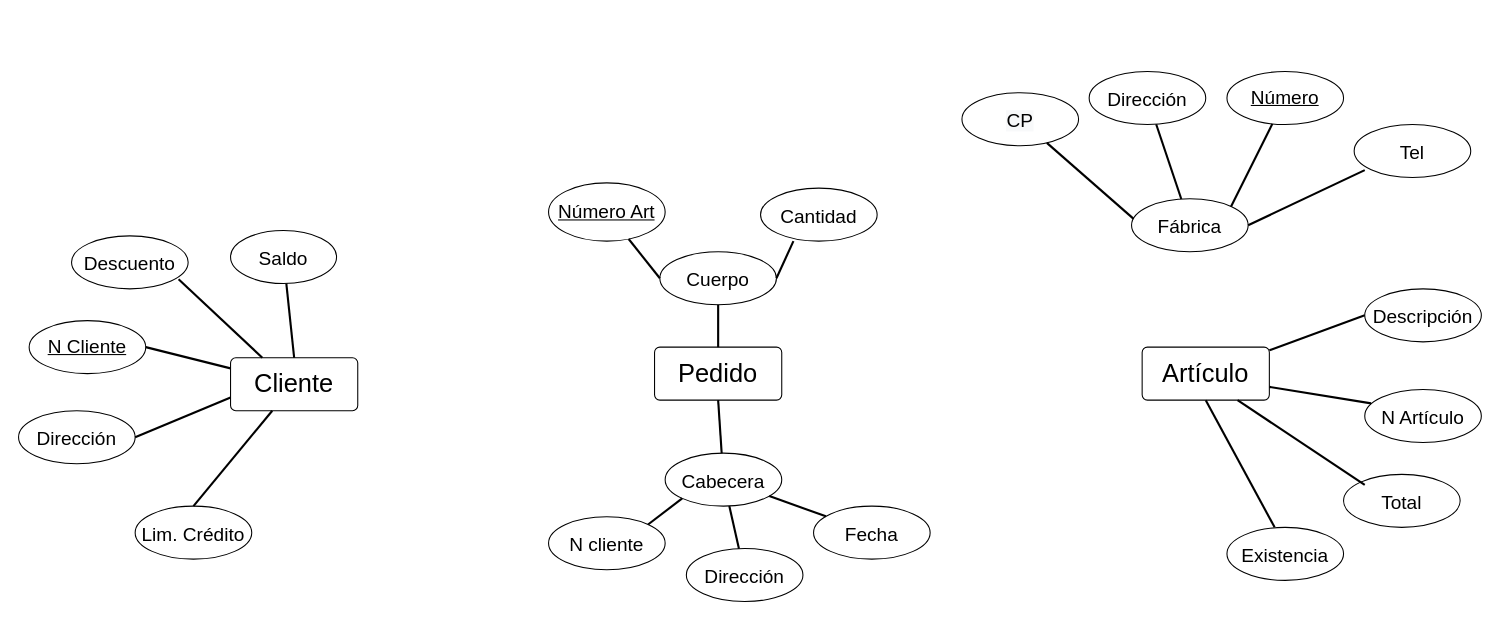
Earlier version of the draw.io diagram Ejercicio 5.drawio (LeandroCantero/BaseDeDatos-Unahur). Source tidied: cells renumbered, new cells numbered last; positions are measured from the earlier drawing's top-left corner, leaving out a move shared by most shapes. Both pictures are drawn from the tidied source at 106%, with x=0, y=0 at pixel (18, 71).
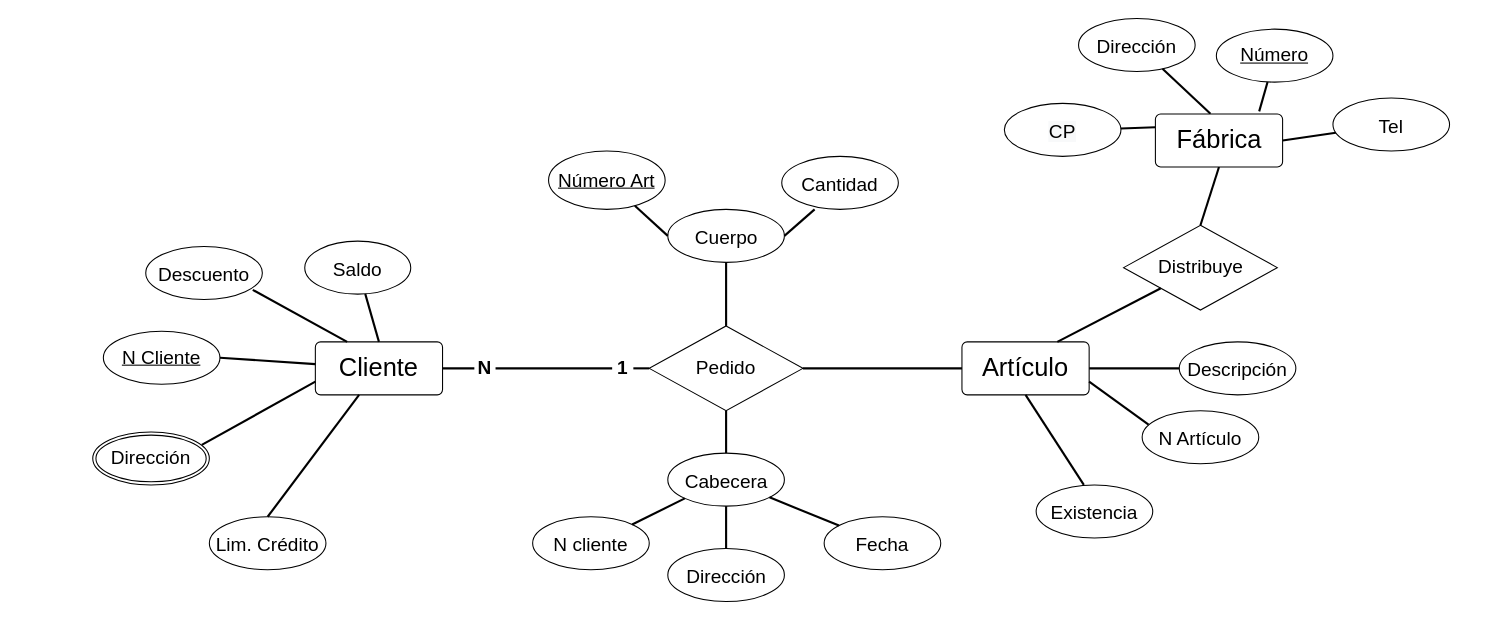
After the change.

Diff of the diagram source:
```diff
@@
     <mxCell id="2" value="&lt;font style=&quot;font-size: 24px;&quot;&gt;Cliente&lt;/font&gt;" style="rounded=1;arcSize=10;whiteSpace=wrap;html=1;align=center;fontSize=18;" parent="1" vertex="1">
-      <mxGeometry x="200" y="270" width="120" height="50" as="geometry" />
+      <mxGeometry x="280" y="255" width="120" height="50" as="geometry" />
     </mxCell>
     <mxCell id="3" value="&lt;font style=&quot;font-size: 24px;&quot;&gt;Artículo&lt;/font&gt;" style="rounded=1;arcSize=10;whiteSpace=wrap;html=1;align=center;fontSize=18;" parent="1" vertex="1">
-      <mxGeometry x="1060" y="260" width="120" height="50" as="geometry" />
+      <mxGeometry x="890" y="255" width="120" height="50" as="geometry" />
     </mxCell>
-    <mxCell id="4" value="&lt;font style=&quot;font-size: 24px;&quot;&gt;Pedido&lt;/font&gt;" style="rounded=1;arcSize=10;whiteSpace=wrap;html=1;align=center;fontSize=18;" parent="1" vertex="1">
-      <mxGeometry x="600" y="260" width="120" height="50" as="geometry" />
-    </mxCell>
     <mxCell id="5" value="&lt;span style=&quot;font-size: 18px;&quot;&gt;Saldo&lt;/span&gt;" style="ellipse;whiteSpace=wrap;html=1;align=center;fontSize=24;" parent="1" vertex="1">
-      <mxGeometry x="200" y="150" width="100" height="50" as="geometry" />
+      <mxGeometry x="270" y="160" width="100" height="50" as="geometry" />
     </mxCell>
-    <mxCell id="6" value="&lt;span style=&quot;font-size: 18px;&quot;&gt;Dirección&lt;/span&gt;" style="ellipse;whiteSpace=wrap;html=1;align=center;fontSize=24;" parent="1" vertex="1">
-      <mxGeometry y="320" width="110" height="50" as="geometry" />
-    </mxCell>
     <mxCell id="7" value="&lt;span style=&quot;font-size: 18px;&quot;&gt;Lim. Crédito&lt;/span&gt;" style="ellipse;whiteSpace=wrap;html=1;align=center;fontSize=24;" parent="1" vertex="1">
-      <mxGeometry x="110" y="410" width="110" height="50" as="geometry" />
+      <mxGeometry x="180" y="420" width="110" height="50" as="geometry" />
     </mxCell>
     <mxCell id="8" value="&lt;span style=&quot;font-size: 18px;&quot;&gt;Descuento&lt;/span&gt;" style="ellipse;whiteSpace=wrap;html=1;align=center;fontSize=24;" parent="1" vertex="1">
-      <mxGeometry x="50" y="155" width="110" height="50" as="geometry" />
+      <mxGeometry x="120" y="165" width="110" height="50" as="geometry" />
     </mxCell>
     <mxCell id="9" value="&lt;span style=&quot;font-size: 18px;&quot;&gt;Cuerpo&lt;/span&gt;" style="ellipse;whiteSpace=wrap;html=1;align=center;fontSize=24;" parent="1" vertex="1">
-      <mxGeometry x="605" y="170" width="110" height="50" as="geometry" />
+      <mxGeometry x="612.5" y="130" width="110" height="50" as="geometry" />
     </mxCell>
     <mxCell id="10" value="&lt;span style=&quot;font-size: 18px;&quot;&gt;Cabecera&lt;/span&gt;" style="ellipse;whiteSpace=wrap;html=1;align=center;fontSize=24;" parent="1" vertex="1">
-      <mxGeometry x="610" y="360" width="110" height="50" as="geometry" />
+      <mxGeometry x="612.5" y="360" width="110" height="50" as="geometry" />
     </mxCell>
     <mxCell id="11" value="&lt;span style=&quot;font-size: 18px;&quot;&gt;Cantidad&lt;/span&gt;" style="ellipse;whiteSpace=wrap;html=1;align=center;fontSize=24;" parent="1" vertex="1">
-      <mxGeometry x="700" y="110" width="110" height="50" as="geometry" />
+      <mxGeometry x="720" y="80" width="110" height="50" as="geometry" />
     </mxCell>
     <mxCell id="12" value="&lt;span style=&quot;font-size: 18px;&quot;&gt;N cliente&lt;/span&gt;" style="ellipse;whiteSpace=wrap;html=1;align=center;fontSize=24;" parent="1" vertex="1">
-      <mxGeometry x="500" y="420" width="110" height="50" as="geometry" />
+      <mxGeometry x="485" y="420" width="110" height="50" as="geometry" />
     </mxCell>
     <mxCell id="13" value="&lt;span style=&quot;font-size: 18px;&quot;&gt;Dirección&lt;/span&gt;" style="ellipse;whiteSpace=wrap;html=1;align=center;fontSize=24;" parent="1" vertex="1">
-      <mxGeometry x="630" y="450" width="110" height="50" as="geometry" />
+      <mxGeometry x="612.5" y="450" width="110" height="50" as="geometry" />
     </mxCell>
     <mxCell id="14" value="&lt;span style=&quot;font-size: 18px;&quot;&gt;Fecha&lt;/span&gt;" style="ellipse;whiteSpace=wrap;html=1;align=center;fontSize=24;" parent="1" vertex="1">
-      <mxGeometry x="750" y="410" width="110" height="50" as="geometry" />
+      <mxGeometry x="760" y="420" width="110" height="50" as="geometry" />
     </mxCell>
-    <mxCell id="15" value="&lt;span style=&quot;font-size: 18px;&quot;&gt;Fábrica&lt;/span&gt;" style="ellipse;whiteSpace=wrap;html=1;align=center;fontSize=24;" parent="1" vertex="1">
-      <mxGeometry x="1050" y="120" width="110" height="50" as="geometry" />
-    </mxCell>
     <mxCell id="16" value="&lt;span style=&quot;font-size: 18px;&quot;&gt;Descripción&lt;/span&gt;" style="ellipse;whiteSpace=wrap;html=1;align=center;fontSize=24;" parent="1" vertex="1">
-      <mxGeometry x="1270" y="205" width="110" height="50" as="geometry" />
+      <mxGeometry x="1095" y="255" width="110" height="50" as="geometry" />
     </mxCell>
     <mxCell id="17" value="&lt;span style=&quot;font-size: 18px;&quot;&gt;N Artículo&lt;/span&gt;" style="ellipse;whiteSpace=wrap;html=1;align=center;fontSize=24;" parent="1" vertex="1">
-      <mxGeometry x="1270" y="300" width="110" height="50" as="geometry" />
+      <mxGeometry x="1060" y="320" width="110" height="50" as="geometry" />
     </mxCell>
-    <mxCell id="18" value="&lt;span style=&quot;font-size: 18px;&quot;&gt;Total&lt;/span&gt;" style="ellipse;whiteSpace=wrap;html=1;align=center;fontSize=24;" parent="1" vertex="1">
-      <mxGeometry x="1250" y="380" width="110" height="50" as="geometry" />
-    </mxCell>
     <mxCell id="19" value="&lt;span style=&quot;font-size: 18px;&quot;&gt;Dirección&lt;/span&gt;" style="ellipse;whiteSpace=wrap;html=1;align=center;fontSize=24;" parent="1" vertex="1">
-      <mxGeometry x="1010" width="110" height="50" as="geometry" />
+      <mxGeometry x="1000" y="-50" width="110" height="50" as="geometry" />
     </mxCell>
     <mxCell id="20" value="&lt;span style=&quot;font-size: 18px;&quot;&gt;Tel&lt;/span&gt;" style="ellipse;whiteSpace=wrap;html=1;align=center;fontSize=24;" parent="1" vertex="1">
-      <mxGeometry x="1260" y="50" width="110" height="50" as="geometry" />
+      <mxGeometry x="1240" y="25" width="110" height="50" as="geometry" />
     </mxCell>
     <mxCell id="21" value="&lt;span style=&quot;color: rgb(0, 0, 0); font-family: Helvetica; font-size: 18px; font-style: normal; font-variant-ligatures: normal; font-variant-caps: normal; font-weight: 400; letter-spacing: normal; orphans: 2; text-align: center; text-indent: 0px; text-transform: none; widows: 2; word-spacing: 0px; -webkit-text-stroke-width: 0px; background-color: rgb(248, 249, 250); text-decoration-thickness: initial; text-decoration-style: initial; text-decoration-color: initial; float: none; display: inline !important;&quot;&gt;CP&lt;/span&gt;" style="ellipse;whiteSpace=wrap;html=1;align=center;fontSize=24;" parent="1" vertex="1">
-      <mxGeometry x="890" y="20" width="110" height="50" as="geometry" />
+      <mxGeometry x="930" y="30" width="110" height="50" as="geometry" />
     </mxCell>
     <mxCell id="22" value="&lt;span style=&quot;font-size: 18px;&quot;&gt;Existencia&lt;/span&gt;" style="ellipse;whiteSpace=wrap;html=1;align=center;fontSize=24;" parent="1" vertex="1">
-      <mxGeometry x="1140" y="430" width="110" height="50" as="geometry" />
+      <mxGeometry x="960" y="390" width="110" height="50" as="geometry" />
     </mxCell>
     <mxCell id="23" value="Número Art" style="ellipse;whiteSpace=wrap;html=1;align=center;fontStyle=4;fontSize=18;" parent="1" vertex="1">
-      <mxGeometry x="500" y="105" width="110" height="55" as="geometry" />
+      <mxGeometry x="500" y="75" width="110" height="55" as="geometry" />
     </mxCell>
     <mxCell id="24" value="N Cliente" style="ellipse;whiteSpace=wrap;html=1;align=center;fontStyle=4;fontSize=18;" parent="1" vertex="1">
-      <mxGeometry x="10" y="235" width="110" height="50" as="geometry" />
+      <mxGeometry x="80" y="245" width="110" height="50" as="geometry" />
     </mxCell>
     <mxCell id="25" value="Número" style="ellipse;whiteSpace=wrap;html=1;align=center;fontStyle=4;fontSize=18;" parent="1" vertex="1">
-      <mxGeometry x="1140" width="110" height="50" as="geometry" />
+      <mxGeometry x="1130" y="-40" width="110" height="50" as="geometry" />
     </mxCell>
@@
-    <mxCell id="27" style="endArrow=none;html=1;rounded=0;fontSize=18;strokeWidth=2;exitX=1;exitY=0.5;exitDx=0;exitDy=0;entryX=0;entryY=0.75;entryDx=0;entryDy=0;" parent="1" edge="1" source="6" target="2">
+    <mxCell id="27" style="endArrow=none;html=1;rounded=0;fontSize=18;strokeWidth=2;exitX=0.935;exitY=0.245;exitDx=0;exitDy=0;entryX=0;entryY=0.75;entryDx=0;entryDy=0;exitPerimeter=0;" parent="1" edge="1" source="6" target="2">
       <mxGeometry relative="1" as="geometry" />
     </mxCell>
@@
-    <mxCell id="38" style="endArrow=none;html=1;rounded=0;fontSize=18;strokeWidth=2;entryX=0.018;entryY=0.38;entryDx=0;entryDy=0;entryPerimeter=0;" parent="1" edge="1" source="21" target="15">
+    <mxCell id="38" style="endArrow=none;html=1;rounded=0;fontSize=18;strokeWidth=2;entryX=0;entryY=0.25;entryDx=0;entryDy=0;" parent="1" edge="1" source="21" target="15">
       <mxGeometry relative="1" as="geometry" />
     </mxCell>
-    <mxCell id="39" style="endArrow=none;html=1;rounded=0;fontSize=18;strokeWidth=2;" parent="1" edge="1" source="15" target="19">
+    <mxCell id="39" style="endArrow=none;html=1;rounded=0;fontSize=18;strokeWidth=2;exitX=0.433;exitY=-0.002;exitDx=0;exitDy=0;exitPerimeter=0;" parent="1" edge="1" source="15" target="19">
       <mxGeometry relative="1" as="geometry" />
     </mxCell>
-    <mxCell id="40" style="endArrow=none;html=1;rounded=0;fontSize=18;strokeWidth=2;exitX=1;exitY=0;exitDx=0;exitDy=0;" parent="1" edge="1" source="15" target="25">
+    <mxCell id="40" style="endArrow=none;html=1;rounded=0;fontSize=18;strokeWidth=2;exitX=0.816;exitY=-0.049;exitDx=0;exitDy=0;exitPerimeter=0;" parent="1" edge="1" source="15" target="25">
       <mxGeometry relative="1" as="geometry" />
     </mxCell>
-    <mxCell id="41" style="endArrow=none;html=1;rounded=0;fontSize=18;strokeWidth=2;exitX=1;exitY=0.5;exitDx=0;exitDy=0;entryX=0.091;entryY=0.86;entryDx=0;entryDy=0;entryPerimeter=0;" parent="1" edge="1" source="15" target="20">
+    <mxCell id="41" style="endArrow=none;html=1;rounded=0;fontSize=18;strokeWidth=2;exitX=1;exitY=0.5;exitDx=0;exitDy=0;" parent="1" edge="1" source="15" target="20">
       <mxGeometry relative="1" as="geometry" />
     </mxCell>
@@
-    <mxCell id="43" style="endArrow=none;html=1;rounded=0;fontSize=18;strokeWidth=2;exitX=0.75;exitY=1;exitDx=0;exitDy=0;" parent="1" edge="1" source="3">
-      <mxGeometry relative="1" as="geometry">
-        <mxPoint x="1270" y="390" as="targetPoint" />
-      </mxGeometry>
-    </mxCell>
@@
+    <mxCell id="6" value="Dirección" style="ellipse;shape=doubleEllipse;margin=3;whiteSpace=wrap;html=1;align=center;fontSize=18;" parent="1" vertex="1">
+      <mxGeometry x="70" y="340" width="110" height="50" as="geometry" />
+    </mxCell>
+    <mxCell id="46" value="Distribuye" style="shape=rhombus;perimeter=rhombusPerimeter;whiteSpace=wrap;html=1;align=center;fontSize=18;" parent="1" vertex="1">
+      <mxGeometry x="1042.5" y="145" width="145" height="80" as="geometry" />
+    </mxCell>
+    <mxCell id="47" style="endArrow=none;html=1;rounded=0;fontSize=18;strokeWidth=2;entryX=0.5;entryY=1;entryDx=0;entryDy=0;exitX=0.5;exitY=0;exitDx=0;exitDy=0;" parent="1" edge="1" source="46" target="15">
+      <mxGeometry relative="1" as="geometry" />
+    </mxCell>
+    <mxCell id="48" style="endArrow=none;html=1;rounded=0;fontSize=18;strokeWidth=2;exitX=0.75;exitY=0;exitDx=0;exitDy=0;" parent="1" edge="1" source="3" target="46">
+      <mxGeometry relative="1" as="geometry" />
+    </mxCell>
+    <mxCell id="15" value="&lt;font style=&quot;font-size: 24px;&quot;&gt;Fábrica&lt;/font&gt;" style="rounded=1;arcSize=10;whiteSpace=wrap;html=1;align=center;fontSize=18;" parent="1" vertex="1">
+      <mxGeometry x="1072.5" y="40" width="120" height="50" as="geometry" />
+    </mxCell>
+    <mxCell id="4" value="Pedido" style="shape=rhombus;perimeter=rhombusPerimeter;whiteSpace=wrap;html=1;align=center;fontSize=18;" parent="1" vertex="1">
+      <mxGeometry x="595" y="240" width="145" height="80" as="geometry" />
+    </mxCell>
+    <mxCell id="49" style="endArrow=none;html=1;rounded=0;fontSize=18;strokeWidth=2;exitX=1;exitY=0.5;exitDx=0;exitDy=0;entryX=0;entryY=0.5;entryDx=0;entryDy=0;startArrow=none;" parent="1" edge="1" source="53" target="4">
+      <mxGeometry relative="1" as="geometry" />
+    </mxCell>
+    <mxCell id="50" style="endArrow=none;html=1;rounded=0;fontSize=18;strokeWidth=2;exitX=1;exitY=0.5;exitDx=0;exitDy=0;entryX=0;entryY=0.5;entryDx=0;entryDy=0;" parent="1" edge="1" source="4" target="3">
+      <mxGeometry relative="1" as="geometry" />
+    </mxCell>
+    <mxCell id="51" value="&lt;b&gt;N&lt;/b&gt;" style="text;html=1;strokeColor=none;fillColor=none;align=center;verticalAlign=middle;whiteSpace=wrap;rounded=0;fontSize=18;" parent="1" vertex="1">
+      <mxGeometry x="430" y="267.5" width="20" height="25" as="geometry" />
+    </mxCell>
+    <mxCell id="52" style="endArrow=none;html=1;rounded=0;fontSize=18;strokeWidth=2;exitX=1;exitY=0.5;exitDx=0;exitDy=0;entryX=0;entryY=0.5;entryDx=0;entryDy=0;" parent="1" edge="1" source="2" target="51">
+      <mxGeometry relative="1" as="geometry" />
+    </mxCell>
+    <mxCell id="53" value="&lt;b&gt;1&lt;/b&gt;" style="text;html=1;strokeColor=none;fillColor=none;align=center;verticalAlign=middle;whiteSpace=wrap;rounded=0;fontSize=18;" parent="1" vertex="1">
+      <mxGeometry x="560" y="267.5" width="20" height="25" as="geometry" />
+    </mxCell>
+    <mxCell id="54" style="endArrow=none;html=1;rounded=0;fontSize=18;strokeWidth=2;exitX=1;exitY=0.5;exitDx=0;exitDy=0;entryX=0;entryY=0.5;entryDx=0;entryDy=0;startArrow=none;" parent="1" edge="1" source="51" target="53">
+      <mxGeometry relative="1" as="geometry" />
+    </mxCell>
```
